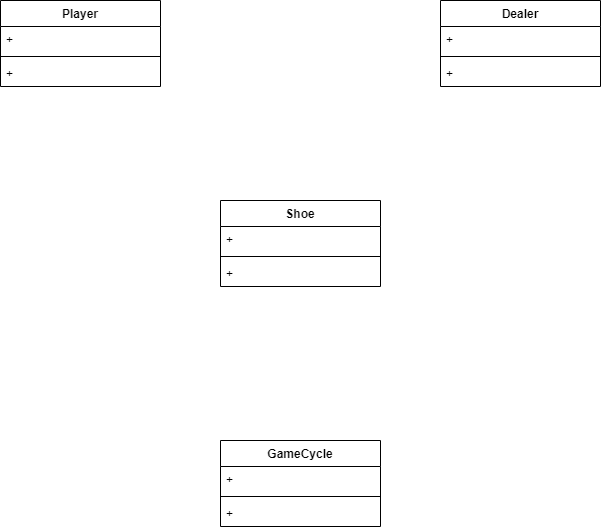
This is Homework/BlackJack.png from maxsdrv/OOP-Course, a draw.io export, as it was before one commit. Source tidied: cells renumbered, new cells last; positions are measured from the earlier drawing's top-left corner, leaving out a move shared by most shapes. Its diagram source:
```xml
<mxGraphModel>
  <root>
    <mxCell id="0" />
    <mxCell id="1" parent="0" />
    <mxCell id="2" value="Player&#10;" style="swimlane;fontStyle=1;align=center;verticalAlign=top;horizontal=1;startSize=26;" parent="1" vertex="1">
      <mxGeometry width="160" height="86" as="geometry" />
    </mxCell>
    <mxCell id="3" value="+&#10;" style="text;strokeColor=none;fillColor=none;align=left;verticalAlign=top;spacingLeft=4;spacingRight=4;overflow=hidden;" parent="2" vertex="1">
      <mxGeometry y="26" width="160" height="26" as="geometry" />
    </mxCell>
    <mxCell id="4" style="line;strokeWidth=1;fillColor=none;align=left;verticalAlign=middle;spacingTop=-1;spacingLeft=3;spacingRight=3;labelPosition=right;" parent="2" vertex="1">
      <mxGeometry y="52" width="160" height="8" as="geometry" />
    </mxCell>
    <mxCell id="5" value="+" style="text;strokeColor=none;fillColor=none;align=left;verticalAlign=top;spacingLeft=4;spacingRight=4;overflow=hidden;" parent="2" vertex="1">
      <mxGeometry y="60" width="160" height="26" as="geometry" />
    </mxCell>
    <mxCell id="6" value="Dealer" style="swimlane;fontStyle=1;align=center;verticalAlign=top;horizontal=1;startSize=26;" parent="1" vertex="1">
      <mxGeometry x="440" width="160" height="86" as="geometry" />
    </mxCell>
    <mxCell id="7" value="+" style="text;strokeColor=none;fillColor=none;align=left;verticalAlign=top;spacingLeft=4;spacingRight=4;overflow=hidden;" parent="6" vertex="1">
      <mxGeometry y="26" width="160" height="26" as="geometry" />
    </mxCell>
    <mxCell id="8" style="line;strokeWidth=1;fillColor=none;align=left;verticalAlign=middle;spacingTop=-1;spacingLeft=3;spacingRight=3;labelPosition=right;" parent="6" vertex="1">
      <mxGeometry y="52" width="160" height="8" as="geometry" />
    </mxCell>
    <mxCell id="9" value="+" style="text;strokeColor=none;fillColor=none;align=left;verticalAlign=top;spacingLeft=4;spacingRight=4;overflow=hidden;" parent="6" vertex="1">
      <mxGeometry y="60" width="160" height="26" as="geometry" />
    </mxCell>
    <mxCell id="10" value="Shoe" style="swimlane;fontStyle=1;align=center;verticalAlign=top;horizontal=1;startSize=26;" parent="1" vertex="1">
      <mxGeometry x="220" y="200" width="160" height="86" as="geometry" />
    </mxCell>
    <mxCell id="11" value="+" style="text;strokeColor=none;fillColor=none;align=left;verticalAlign=top;spacingLeft=4;spacingRight=4;overflow=hidden;" parent="10" vertex="1">
      <mxGeometry y="26" width="160" height="26" as="geometry" />
    </mxCell>
    <mxCell id="12" style="line;strokeWidth=1;fillColor=none;align=left;verticalAlign=middle;spacingTop=-1;spacingLeft=3;spacingRight=3;labelPosition=right;" parent="10" vertex="1">
      <mxGeometry y="52" width="160" height="8" as="geometry" />
    </mxCell>
    <mxCell id="13" value="+" style="text;strokeColor=none;fillColor=none;align=left;verticalAlign=top;spacingLeft=4;spacingRight=4;overflow=hidden;" parent="10" vertex="1">
      <mxGeometry y="60" width="160" height="26" as="geometry" />
    </mxCell>
    <mxCell id="14" value="GameCycle" style="swimlane;fontStyle=1;align=center;verticalAlign=top;horizontal=1;startSize=26;" parent="1" vertex="1">
      <mxGeometry x="220" y="440" width="160" height="86" as="geometry" />
    </mxCell>
    <mxCell id="15" value="+" style="text;strokeColor=none;fillColor=none;align=left;verticalAlign=top;spacingLeft=4;spacingRight=4;overflow=hidden;" parent="14" vertex="1">
      <mxGeometry y="26" width="160" height="26" as="geometry" />
    </mxCell>
    <mxCell id="16" style="line;strokeWidth=1;fillColor=none;align=left;verticalAlign=middle;spacingTop=-1;spacingLeft=3;spacingRight=3;labelPosition=right;" parent="14" vertex="1">
      <mxGeometry y="52" width="160" height="8" as="geometry" />
    </mxCell>
    <mxCell id="17" value="+" style="text;strokeColor=none;fillColor=none;align=left;verticalAlign=top;spacingLeft=4;spacingRight=4;overflow=hidden;" parent="14" vertex="1">
      <mxGeometry y="60" width="160" height="26" as="geometry" />
    </mxCell>
  </root>
</mxGraphModel>
```
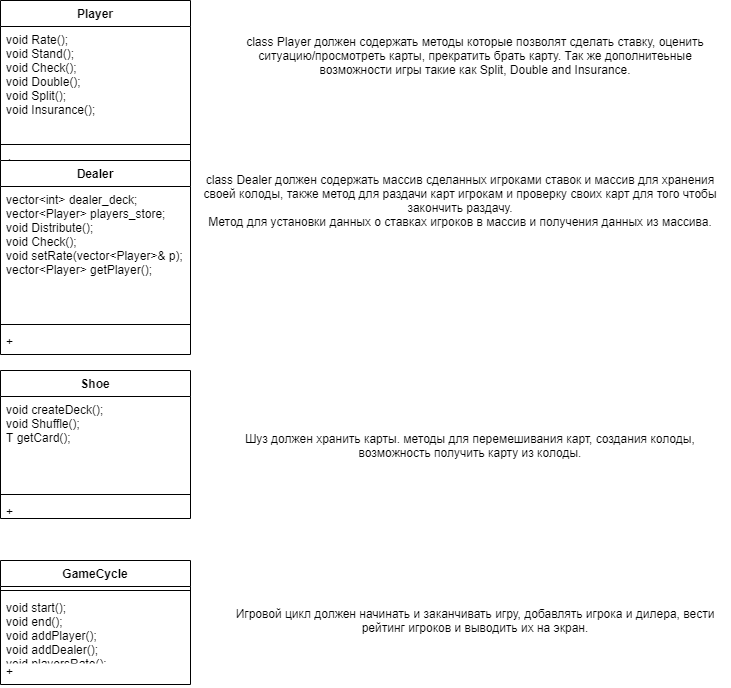
The same file after the commit.

Commit message:
my thoughts about BlackJack game

What changed in the source:
```diff
@@ -3,52 +3,72 @@
     <mxCell id="0" />
     <mxCell id="1" parent="0" />
     <mxCell id="2" value="Player&#10;" style="swimlane;fontStyle=1;align=center;verticalAlign=top;horizontal=1;startSize=26;" parent="1" vertex="1">
-      <mxGeometry width="160" height="86" as="geometry" />
+      <mxGeometry x="-30" width="190" height="160" as="geometry" />
     </mxCell>
-    <mxCell id="3" value="+&#10;" style="text;strokeColor=none;fillColor=none;align=left;verticalAlign=top;spacingLeft=4;spacingRight=4;overflow=hidden;" parent="2" vertex="1">
-      <mxGeometry y="26" width="160" height="26" as="geometry" />
+    <mxCell id="3" value="void Rate();&#10;void Stand();&#10;void Check();&#10;void Double();&#10;void Split();&#10;void Insurance();" style="text;strokeColor=none;fillColor=none;align=left;verticalAlign=top;spacingLeft=4;spacingRight=4;overflow=hidden;" parent="2" vertex="1">
+      <mxGeometry y="26" width="190" height="114" as="geometry" />
     </mxCell>
     <mxCell id="4" style="line;strokeWidth=1;fillColor=none;align=left;verticalAlign=middle;spacingTop=-1;spacingLeft=3;spacingRight=3;labelPosition=right;" parent="2" vertex="1">
-      <mxGeometry y="52" width="160" height="8" as="geometry" />
+      <mxGeometry y="140" width="190" height="8" as="geometry" />
     </mxCell>
     <mxCell id="5" value="+" style="text;strokeColor=none;fillColor=none;align=left;verticalAlign=top;spacingLeft=4;spacingRight=4;overflow=hidden;" parent="2" vertex="1">
-      <mxGeometry y="60" width="160" height="26" as="geometry" />
+      <mxGeometry y="148" width="190" height="12" as="geometry" />
     </mxCell>
     <mxCell id="6" value="Dealer" style="swimlane;fontStyle=1;align=center;verticalAlign=top;horizontal=1;startSize=26;" parent="1" vertex="1">
-      <mxGeometry x="440" width="160" height="86" as="geometry" />
+      <mxGeometry x="-30" y="160" width="190" height="194" as="geometry" />
     </mxCell>
-    <mxCell id="7" value="+" style="text;strokeColor=none;fillColor=none;align=left;verticalAlign=top;spacingLeft=4;spacingRight=4;overflow=hidden;" parent="6" vertex="1">
-      <mxGeometry y="26" width="160" height="26" as="geometry" />
+    <mxCell id="7" value="vector&lt;int&gt; dealer_deck;&#10;vector&lt;Player&gt; players_store;&#10;void Distribute();&#10;void Check();&#10;void setRate(vector&lt;Player&gt;&amp; p);&#10;vector&lt;Player&gt; getPlayer();" style="text;strokeColor=none;fillColor=none;align=left;verticalAlign=top;spacingLeft=4;spacingRight=4;overflow=hidden;" parent="6" vertex="1">
+      <mxGeometry y="26" width="190" height="134" as="geometry" />
     </mxCell>
     <mxCell id="8" style="line;strokeWidth=1;fillColor=none;align=left;verticalAlign=middle;spacingTop=-1;spacingLeft=3;spacingRight=3;labelPosition=right;" parent="6" vertex="1">
-      <mxGeometry y="52" width="160" height="8" as="geometry" />
+      <mxGeometry y="160" width="190" height="8" as="geometry" />
     </mxCell>
     <mxCell id="9" value="+" style="text;strokeColor=none;fillColor=none;align=left;verticalAlign=top;spacingLeft=4;spacingRight=4;overflow=hidden;" parent="6" vertex="1">
-      <mxGeometry y="60" width="160" height="26" as="geometry" />
+      <mxGeometry y="168" width="190" height="26" as="geometry" />
     </mxCell>
     <mxCell id="10" value="Shoe" style="swimlane;fontStyle=1;align=center;verticalAlign=top;horizontal=1;startSize=26;" parent="1" vertex="1">
-      <mxGeometry x="220" y="200" width="160" height="86" as="geometry" />
+      <mxGeometry x="-30" y="370" width="190" height="148" as="geometry" />
     </mxCell>
-    <mxCell id="11" value="+" style="text;strokeColor=none;fillColor=none;align=left;verticalAlign=top;spacingLeft=4;spacingRight=4;overflow=hidden;" parent="10" vertex="1">
-      <mxGeometry y="26" width="160" height="26" as="geometry" />
-    </mxCell>
+    <mxCell id="18" value="void createDeck();&#10;void Shuffle();&#10;T getCard();" style="text;strokeColor=none;fillColor=none;align=left;verticalAlign=top;spacingLeft=4;spacingRight=4;overflow=hidden;" parent="10" vertex="1">
+      <mxGeometry y="26" width="190" height="94" as="geometry" />
+    </mxCell>
     <mxCell id="12" style="line;strokeWidth=1;fillColor=none;align=left;verticalAlign=middle;spacingTop=-1;spacingLeft=3;spacingRight=3;labelPosition=right;" parent="10" vertex="1">
-      <mxGeometry y="52" width="160" height="8" as="geometry" />
+      <mxGeometry y="120" width="190" height="8" as="geometry" />
     </mxCell>
     <mxCell id="13" value="+" style="text;strokeColor=none;fillColor=none;align=left;verticalAlign=top;spacingLeft=4;spacingRight=4;overflow=hidden;" parent="10" vertex="1">
-      <mxGeometry y="60" width="160" height="26" as="geometry" />
+      <mxGeometry y="128" width="190" height="20" as="geometry" />
     </mxCell>
     <mxCell id="14" value="GameCycle" style="swimlane;fontStyle=1;align=center;verticalAlign=top;horizontal=1;startSize=26;" parent="1" vertex="1">
-      <mxGeometry x="220" y="440" width="160" height="86" as="geometry" />
+      <mxGeometry x="-30" y="560" width="190" height="124" as="geometry" />
     </mxCell>
+    <mxCell id="16" style="line;strokeWidth=1;fillColor=none;align=left;verticalAlign=middle;spacingTop=-1;spacingLeft=3;spacingRight=3;labelPosition=right;" parent="14" vertex="1">
+      <mxGeometry y="26" width="190" height="8" as="geometry" />
+    </mxCell>
-    <mxCell id="15" value="+" style="text;strokeColor=none;fillColor=none;align=left;verticalAlign=top;spacingLeft=4;spacingRight=4;overflow=hidden;" parent="14" vertex="1">
-      <mxGeometry y="26" width="160" height="26" as="geometry" />
+    <mxCell id="15" value="void start();&#10;void end();&#10;void addPlayer();&#10;void addDealer();&#10;void playersRate();&#10;void printSomething();" style="text;strokeColor=none;fillColor=none;align=left;verticalAlign=top;spacingLeft=4;spacingRight=4;overflow=hidden;" parent="14" vertex="1">
+      <mxGeometry y="34" width="190" height="64" as="geometry" />
     </mxCell>
-    <mxCell id="16" style="line;strokeWidth=1;fillColor=none;align=left;verticalAlign=middle;spacingTop=-1;spacingLeft=3;spacingRight=3;labelPosition=right;" parent="14" vertex="1">
-      <mxGeometry y="52" width="160" height="8" as="geometry" />
-    </mxCell>
     <mxCell id="17" value="+" style="text;strokeColor=none;fillColor=none;align=left;verticalAlign=top;spacingLeft=4;spacingRight=4;overflow=hidden;" parent="14" vertex="1">
-      <mxGeometry y="60" width="160" height="26" as="geometry" />
+      <mxGeometry y="98" width="190" height="26" as="geometry" />
     </mxCell>
+    <object id="19" label="class Player должен содержать методы которые позволят сделать ставку, оценить ситуацию/просмотреть карты, прекратить брать карту. Так же дополнитеьные возможности игры такие как Split, Double and Insurance." name="Variable" placeholders="1">
+      <mxCell style="text;html=1;strokeColor=none;fillColor=none;align=center;verticalAlign=middle;whiteSpace=wrap;overflow=hidden;" parent="1" vertex="1">
+        <mxGeometry x="190" width="510" height="110" as="geometry" />
+      </mxCell>
+    </object>
+    <object id="20" label="class Dealer должен содержать массив сделанных игроками ставок и массив для хранения своей колоды, также метод для раздачи карт игрокам и проверку своих карт для того чтобы закончить раздачу.&lt;br&gt;Метод для установки данных о ставках игроков в массив и получения данных из массива.&lt;br&gt;" name="Variable" placeholders="1">
+      <mxCell style="text;html=1;strokeColor=none;fillColor=none;align=center;verticalAlign=middle;whiteSpace=wrap;overflow=hidden;" parent="1" vertex="1">
+        <mxGeometry x="160" y="160" width="540" height="80" as="geometry" />
+      </mxCell>
+    </object>
+    <object id="21" label="Шуз должен хранить карты. методы для перемешивания карт, создания колоды, возможность получить карту из колоды." name="Variable" placeholders="1">
+      <mxCell style="text;html=1;strokeColor=none;fillColor=none;align=center;verticalAlign=middle;whiteSpace=wrap;overflow=hidden;" parent="1" vertex="1">
+        <mxGeometry x="180" y="370" width="520" height="150" as="geometry" />
+      </mxCell>
+    </object>
+    <object id="22" label="Игровой цикл должен начинать и заканчивать игру, добавлять игрока и дилера, вести рейтинг игроков и выводить их на экран." name="Variable" placeholders="1">
+      <mxCell style="text;html=1;strokeColor=none;fillColor=none;align=center;verticalAlign=middle;whiteSpace=wrap;overflow=hidden;" parent="1" vertex="1">
+        <mxGeometry x="200" y="560" width="490" height="120" as="geometry" />
+      </mxCell>
+    </object>
   </root>
 </mxGraphModel>
```
